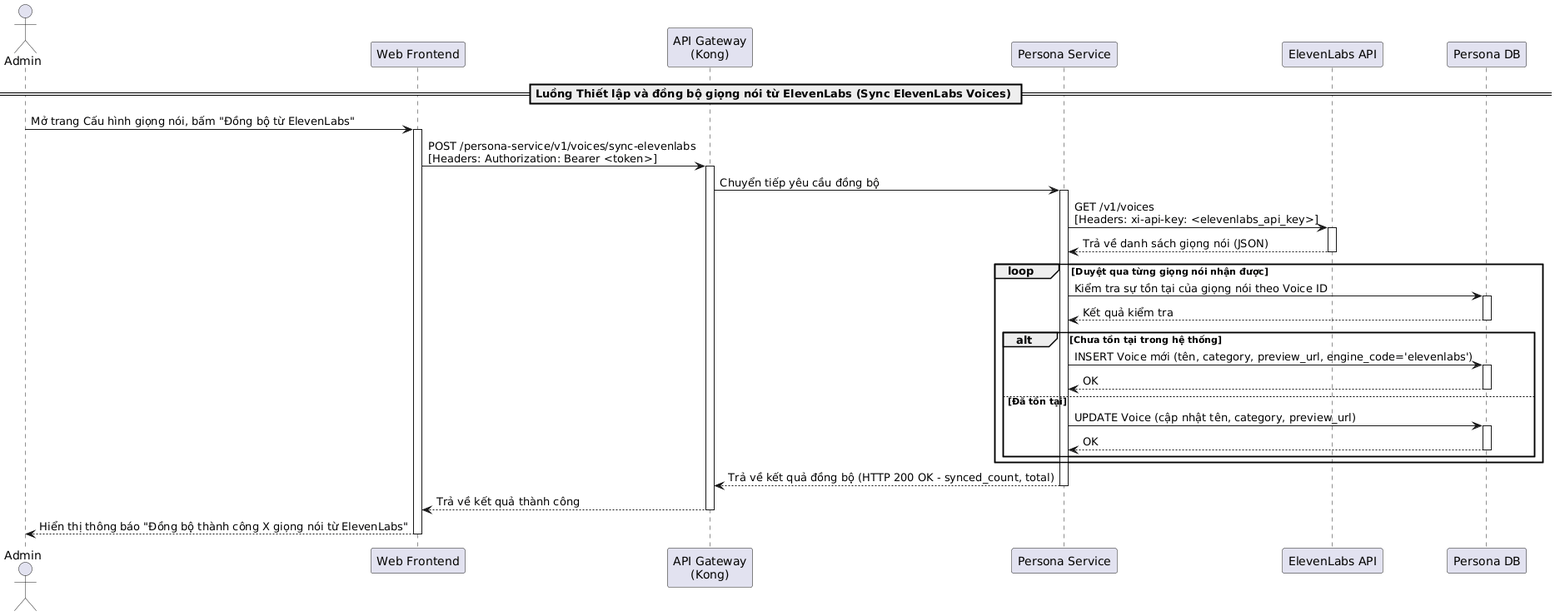
Above: temp/05-sequence/UML-Sequence-23.png in 20206205Tech/docs-uml (PlantUML), before the change.
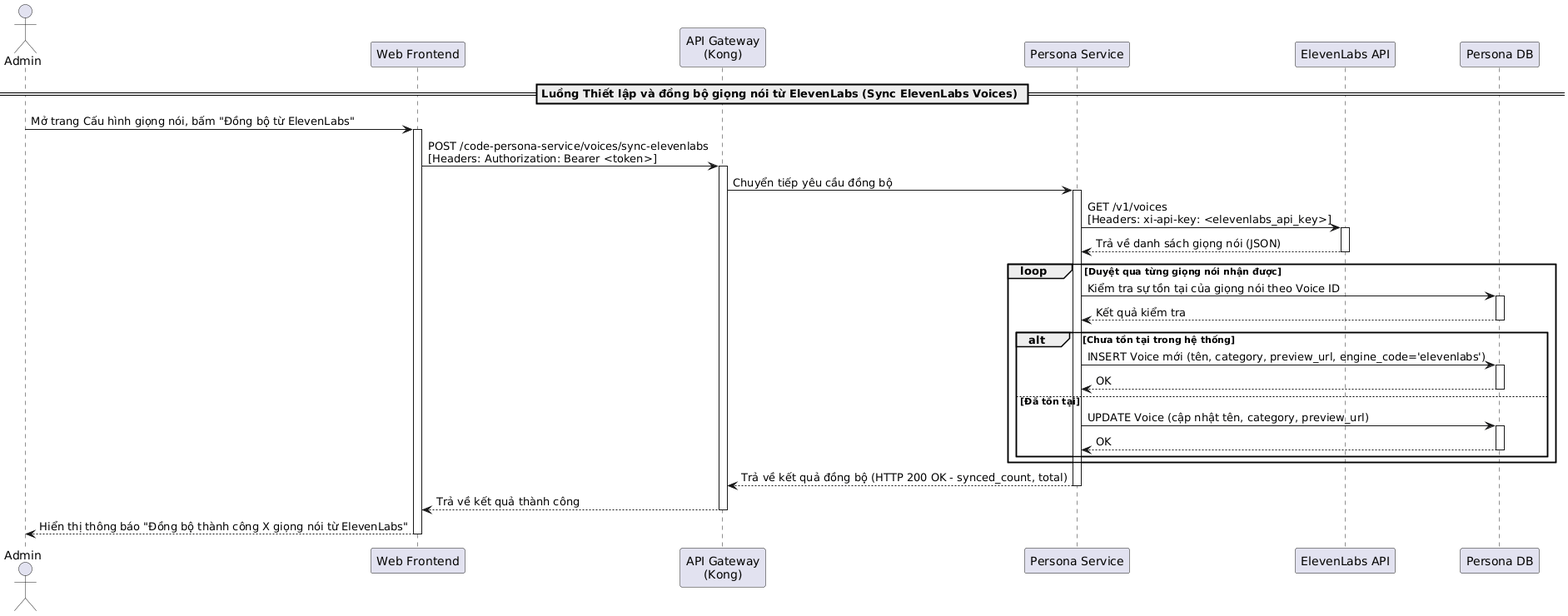
Later version of the same file.

Change to the diagram source:
```diff
@@ -10,7 +10,7 @@
 Admin -> Frontend: Mở trang Cấu hình giọng nói, bấm "Đồng bộ từ ElevenLabs"
 activate Frontend
 
-Frontend -> Kong: POST /persona-service/v1/voices/sync-elevenlabs\n[Headers: Authorization: Bearer <token>]
+Frontend -> Kong: POST /code-persona-service/voices/sync-elevenlabs\n[Headers: Authorization: Bearer <token>]
 activate Kong
 Kong -> PersonaService: Chuyển tiếp yêu cầu đồng bộ
 activate PersonaService
```
